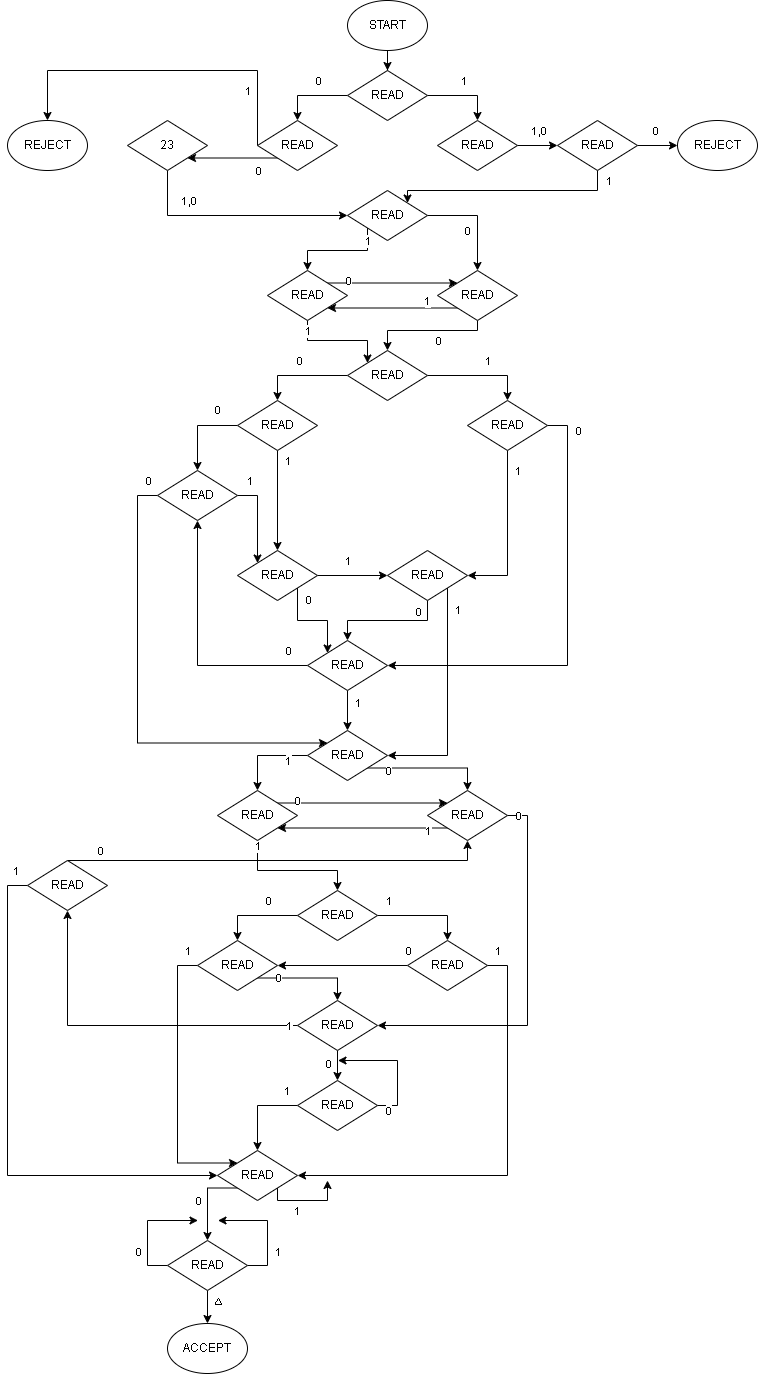
fame2332/Brandon-Automata-website keeps this draw.io diagram as public/images/PDABrandon2.drawio.png. Above is the earlier version. Source tidied: cells renumbered, new cells last; positions are measured from the earlier drawing's top-left corner, leaving out a move shared by most shapes.
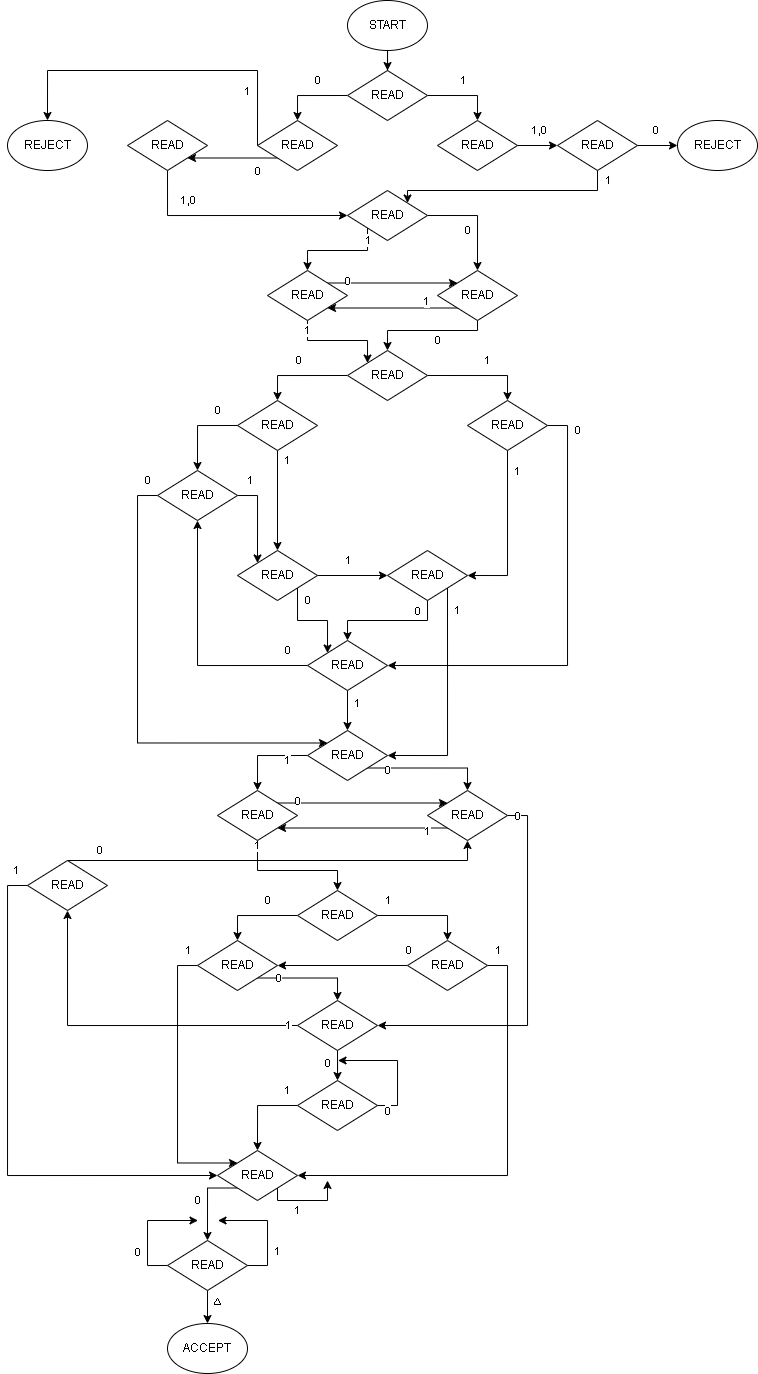
Above is the later version.

Change to the diagram source:
```diff
@@ -94,7 +94,7 @@
         <mxPoint x="-38" y="-14" as="offset" />
       </mxGeometry>
     </mxCell>
-    <mxCell id="24" value="23" style="rhombus;whiteSpace=wrap;html=1;" parent="1" vertex="1">
+    <mxCell id="24" value="READ" style="rhombus;whiteSpace=wrap;html=1;" parent="1" vertex="1">
       <mxGeometry x="120" y="120" width="80" height="50" as="geometry" />
     </mxCell>
     <mxCell id="25" value="REJECT" style="ellipse;whiteSpace=wrap;html=1;" parent="1" vertex="1">
```
